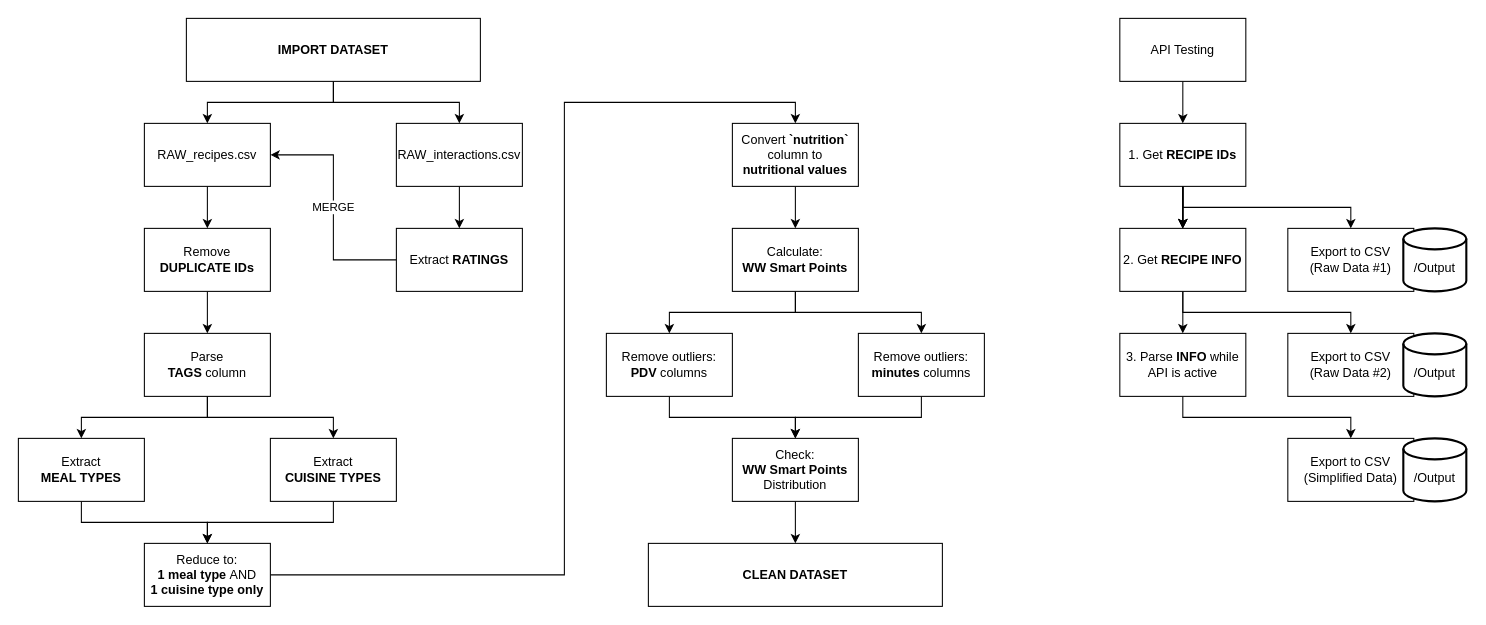
alyssahondrade/Project1 keeps this draw.io diagram as data_cleaning_process.drawio. Above is the earlier version. Source tidied: cells renumbered, new cells numbered last; positions are measured from the earlier drawing's top-left corner, leaving out a move shared by most shapes. Both pictures are drawn from the tidied source at 105%, with x=0, y=0 at pixel (18, 18).
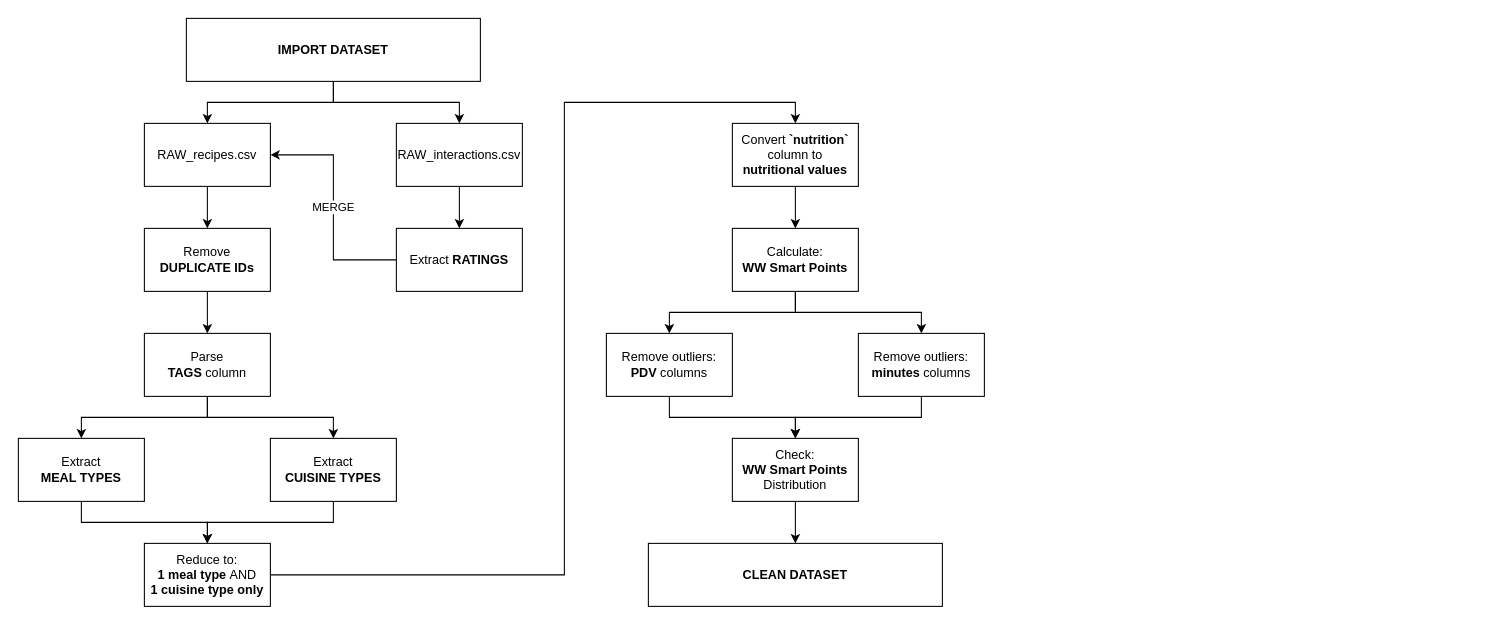
After the change.

Change to the diagram source:
```diff
@@
-    <mxCell id="27" style="edgeStyle=orthogonalEdgeStyle;rounded=0;jettySize=auto;html=1;fontFamily=Trebuchet MS;" parent="1" edge="1" source="28" target="33">
-      <mxGeometry relative="1" as="geometry" />
-    </mxCell>
-    <mxCell id="28" value="API Testing" style="whiteSpace=wrap;html=1;fontFamily=Trebuchet MS;" parent="1" vertex="1">
-      <mxGeometry x="1049" width="120" height="60" as="geometry" />
-    </mxCell>
-    <mxCell id="29" style="edgeStyle=orthogonalEdgeStyle;rounded=0;jettySize=auto;html=1;fontFamily=Trebuchet MS;" parent="1" edge="1" source="33" target="36">
-      <mxGeometry relative="1" as="geometry" />
-    </mxCell>
-    <mxCell id="30" style="edgeStyle=orthogonalEdgeStyle;rounded=0;jettySize=auto;html=1;fontFamily=Trebuchet MS;" parent="1" edge="1" source="33" target="36">
-      <mxGeometry relative="1" as="geometry" />
-    </mxCell>
-    <mxCell id="31" style="edgeStyle=orthogonalEdgeStyle;rounded=0;jettySize=auto;html=1;fontFamily=Trebuchet MS;" parent="1" edge="1" source="33" target="36">
-      <mxGeometry relative="1" as="geometry" />
-    </mxCell>
-    <mxCell id="32" style="edgeStyle=orthogonalEdgeStyle;rounded=0;jettySize=auto;html=1;fontFamily=Trebuchet MS;" parent="1" edge="1" source="33" target="36">
-      <mxGeometry relative="1" as="geometry" />
-    </mxCell>
-    <mxCell id="33" value="1. Get &lt;b&gt;RECIPE IDs&lt;/b&gt;" style="whiteSpace=wrap;html=1;fontFamily=Trebuchet MS;" parent="1" vertex="1">
-      <mxGeometry x="1049" y="100" width="120" height="60" as="geometry" />
-    </mxCell>
-    <mxCell id="34" style="edgeStyle=orthogonalEdgeStyle;rounded=0;jettySize=auto;html=1;exitX=0.5;exitY=1;exitDx=0;exitDy=0;fontFamily=Trebuchet MS;" parent="1" edge="1" source="36" target="39">
-      <mxGeometry relative="1" as="geometry" />
-    </mxCell>
-    <mxCell id="35" style="edgeStyle=orthogonalEdgeStyle;rounded=0;jettySize=auto;html=1;fontFamily=Trebuchet MS;" parent="1" edge="1" source="36" target="41">
-      <mxGeometry relative="1" as="geometry" />
-    </mxCell>
-    <mxCell id="36" value="2. Get &lt;b&gt;RECIPE INFO&lt;/b&gt;" style="whiteSpace=wrap;html=1;fontFamily=Trebuchet MS;" parent="1" vertex="1">
-      <mxGeometry x="1049" y="200" width="120" height="60" as="geometry" />
-    </mxCell>
-    <mxCell id="37" value="Export to CSV&lt;br&gt;(Raw Data #1)" style="rounded=0;whiteSpace=wrap;html=1;fontFamily=Trebuchet MS;" parent="1" vertex="1">
-      <mxGeometry x="1209" y="200" width="120" height="60" as="geometry" />
-    </mxCell>
-    <mxCell id="38" style="endArrow=classic;html=1;rounded=0;exitX=0.5;exitY=1;exitDx=0;exitDy=0;edgeStyle=orthogonalEdgeStyle;entryX=0.5;entryY=0;entryDx=0;entryDy=0;fontFamily=Trebuchet MS;" parent="1" edge="1" source="33" target="37">
-      <mxGeometry relative="1" as="geometry" />
-    </mxCell>
-    <mxCell id="39" value="Export to CSV&lt;br&gt;(Raw Data #2)" style="whiteSpace=wrap;html=1;fontFamily=Trebuchet MS;" parent="1" vertex="1">
-      <mxGeometry x="1209" y="300" width="120" height="60" as="geometry" />
-    </mxCell>
-    <mxCell id="40" style="edgeStyle=orthogonalEdgeStyle;rounded=0;jettySize=auto;html=1;exitX=0.5;exitY=1;exitDx=0;exitDy=0;fontFamily=Trebuchet MS;" parent="1" edge="1" source="41" target="42">
-      <mxGeometry relative="1" as="geometry" />
-    </mxCell>
-    <mxCell id="41" value="3. Parse &lt;b&gt;INFO&lt;/b&gt;&amp;nbsp;while API is active" style="whiteSpace=wrap;html=1;fontFamily=Trebuchet MS;" parent="1" vertex="1">
-      <mxGeometry x="1049" y="300" width="120" height="60" as="geometry" />
-    </mxCell>
-    <mxCell id="42" value="Export to CSV&lt;br&gt;(Simplified Data)" style="whiteSpace=wrap;html=1;fontFamily=Trebuchet MS;" parent="1" vertex="1">
-      <mxGeometry x="1209" y="400" width="120" height="60" as="geometry" />
-    </mxCell>
-    <mxCell id="43" value="&lt;br&gt;/Output" style="strokeWidth=2;html=1;shape=mxgraph.flowchart.database;whiteSpace=wrap;fontFamily=Trebuchet MS;" parent="1" vertex="1">
-      <mxGeometry x="1319" y="200" width="60" height="60" as="geometry" />
-    </mxCell>
-    <mxCell id="44" value="&lt;br&gt;/Output" style="strokeWidth=2;html=1;shape=mxgraph.flowchart.database;whiteSpace=wrap;fontFamily=Trebuchet MS;" parent="1" vertex="1">
-      <mxGeometry x="1319" y="300" width="60" height="60" as="geometry" />
-    </mxCell>
-    <mxCell id="45" value="&lt;br&gt;/Output" style="strokeWidth=2;html=1;shape=mxgraph.flowchart.database;whiteSpace=wrap;fontFamily=Trebuchet MS;" parent="1" vertex="1">
-      <mxGeometry x="1319" y="400" width="60" height="60" as="geometry" />
-    </mxCell>
```
